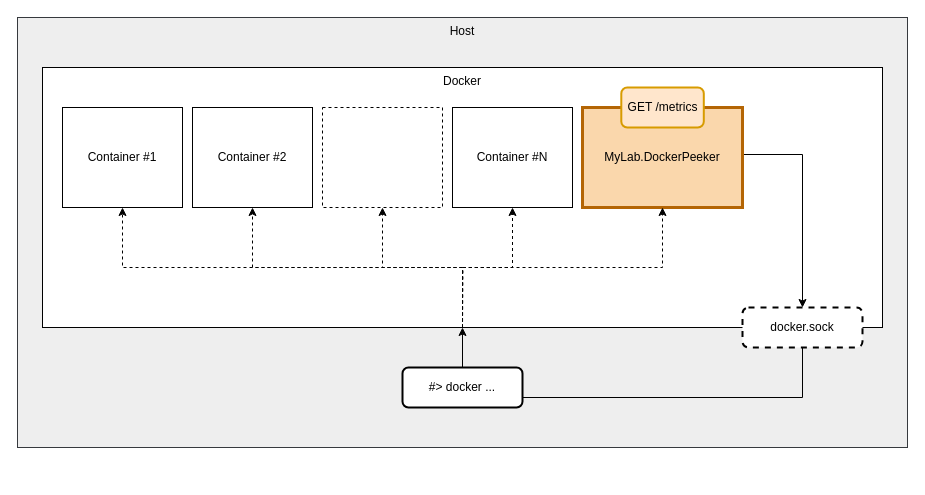
mylab-monitoring/docker-peeker keeps this draw.io diagram as doc/mylab.dockerpeeker.drawio. Above is the earlier version. Source tidied: cells renumbered, new cells numbered last; positions are measured from the earlier drawing's top-left corner, leaving out a move shared by most shapes. Both pictures are drawn from the tidied source at 100%, with x=0, y=0 at pixel (17, 17).
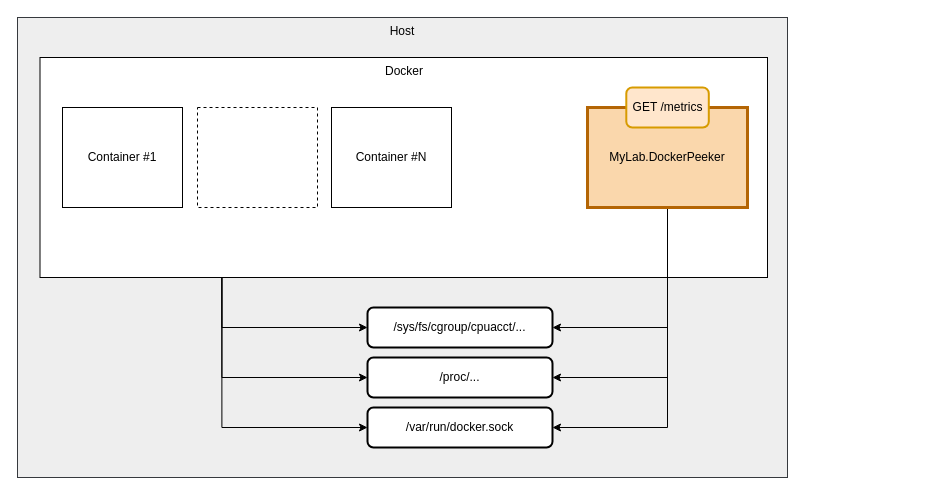
The same page after the edit.

The change refers to these unchanged cells:
```xml
<mxCell id="4" value="Container #1" style="rounded=0;whiteSpace=wrap;html=1;" parent="1" vertex="1">
  <mxGeometry x="45" y="90" width="120" height="100" as="geometry" />
</mxCell>
```

Change to the diagram source:
```diff
@@
     <mxCell id="2" value="Host" style="rounded=0;whiteSpace=wrap;html=1;verticalAlign=top;fillColor=#eeeeee;strokeColor=#36393d;" parent="1" vertex="1">
-      <mxGeometry width="890" height="430" as="geometry" />
+      <mxGeometry width="770" height="460" as="geometry" />
     </mxCell>
     <mxCell id="3" value="Docker" style="rounded=0;whiteSpace=wrap;html=1;verticalAlign=top;" parent="1" vertex="1">
-      <mxGeometry x="25" y="50" width="840" height="260" as="geometry" />
+      <mxGeometry x="22.5" y="40" width="727.5" height="220" as="geometry" />
     </mxCell>
@@
-    <mxCell id="5" value="Container #2" style="rounded=0;whiteSpace=wrap;html=1;" parent="1" vertex="1">
-      <mxGeometry x="175" y="90" width="120" height="100" as="geometry" />
-    </mxCell>
     <mxCell id="6" style="rounded=0;whiteSpace=wrap;html=1;dashed=1;" parent="1" vertex="1">
-      <mxGeometry x="305" y="90" width="120" height="100" as="geometry" />
+      <mxGeometry x="180" y="90" width="120" height="100" as="geometry" />
     </mxCell>
     <mxCell id="7" value="Container #N" style="rounded=0;whiteSpace=wrap;html=1;" parent="1" vertex="1">
-      <mxGeometry x="435" y="90" width="120" height="100" as="geometry" />
+      <mxGeometry x="314" y="90" width="120" height="100" as="geometry" />
     </mxCell>
-    <mxCell id="8" style="edgeStyle=orthogonalEdgeStyle;rounded=0;jettySize=auto;html=1;entryX=0.5;entryY=0;entryDx=0;entryDy=0;exitX=1.006;exitY=0.47;exitDx=0;exitDy=0;exitPerimeter=0;" parent="1" edge="1" source="9" target="11">
-      <mxGeometry relative="1" as="geometry" />
-    </mxCell>
+    <mxCell id="20" style="edgeStyle=orthogonalEdgeStyle;rounded=0;jettySize=auto;html=1;exitX=0.5;exitY=1;exitDx=0;exitDy=0;entryX=1;entryY=0.5;entryDx=0;entryDy=0;" parent="1" edge="1" source="9" target="18">
+      <mxGeometry relative="1" as="geometry" />
+    </mxCell>
+    <mxCell id="21" style="edgeStyle=orthogonalEdgeStyle;rounded=0;jettySize=auto;html=1;exitX=0.5;exitY=1;exitDx=0;exitDy=0;entryX=1;entryY=0.5;entryDx=0;entryDy=0;" parent="1" edge="1" source="9" target="23">
+      <mxGeometry relative="1" as="geometry" />
+    </mxCell>
+    <mxCell id="22" style="edgeStyle=orthogonalEdgeStyle;rounded=0;jettySize=auto;html=1;exitX=0.5;exitY=1;exitDx=0;exitDy=0;entryX=1;entryY=0.5;entryDx=0;entryDy=0;" parent="1" edge="1" source="9" target="24">
+      <mxGeometry relative="1" as="geometry" />
+    </mxCell>
     <mxCell id="9" value="MyLab.DockerPeeker" style="rounded=0;whiteSpace=wrap;html=1;strokeWidth=3;fillColor=#fad7ac;strokeColor=#b46504;" parent="1" vertex="1">
-      <mxGeometry x="565" y="90" width="160" height="100" as="geometry" />
+      <mxGeometry x="570" y="90" width="160" height="100" as="geometry" />
     </mxCell>
-    <mxCell id="10" style="edgeStyle=orthogonalEdgeStyle;rounded=0;jettySize=auto;html=1;exitX=0.5;exitY=1;exitDx=0;exitDy=0;entryX=0.5;entryY=1;entryDx=0;entryDy=0;" parent="1" edge="1" source="11" target="18">
-      <mxGeometry relative="1" as="geometry">
-        <Array as="points">
-          <mxPoint x="785" y="380" />
-          <mxPoint x="445" y="380" />
-        </Array>
-      </mxGeometry>
-    </mxCell>
-    <mxCell id="11" value="docker.sock" style="rounded=1;whiteSpace=wrap;html=1;dashed=1;strokeWidth=2;" parent="1" vertex="1">
-      <mxGeometry x="725" y="290" width="120" height="40" as="geometry" />
-    </mxCell>
-    <mxCell id="12" style="edgeStyle=orthogonalEdgeStyle;rounded=0;jettySize=auto;html=1;entryX=0.5;entryY=1;entryDx=0;entryDy=0;dashed=1;" parent="1" edge="1" target="4">
-      <mxGeometry relative="1" as="geometry">
-        <mxPoint x="445" y="310" as="sourcePoint" />
-        <Array as="points">
-          <mxPoint x="445" y="250" />
-          <mxPoint x="105" y="250" />
-        </Array>
-      </mxGeometry>
-    </mxCell>
-    <mxCell id="13" style="edgeStyle=orthogonalEdgeStyle;rounded=0;jettySize=auto;html=1;dashed=1;" parent="1" edge="1" target="5">
-      <mxGeometry relative="1" as="geometry">
-        <mxPoint x="445" y="310" as="sourcePoint" />
-        <Array as="points">
-          <mxPoint x="445" y="250" />
-          <mxPoint x="235" y="250" />
-        </Array>
-      </mxGeometry>
-    </mxCell>
-    <mxCell id="14" style="edgeStyle=orthogonalEdgeStyle;rounded=0;jettySize=auto;html=1;entryX=0.5;entryY=1;entryDx=0;entryDy=0;dashed=1;" parent="1" edge="1" target="6">
-      <mxGeometry relative="1" as="geometry">
-        <mxPoint x="445" y="310" as="sourcePoint" />
-        <Array as="points">
-          <mxPoint x="445" y="250" />
-          <mxPoint x="365" y="250" />
-        </Array>
-      </mxGeometry>
-    </mxCell>
-    <mxCell id="15" style="edgeStyle=orthogonalEdgeStyle;rounded=0;jettySize=auto;html=1;entryX=0.5;entryY=1;entryDx=0;entryDy=0;dashed=1;" parent="1" edge="1" target="7">
-      <mxGeometry relative="1" as="geometry">
-        <mxPoint x="445" y="310" as="sourcePoint" />
-      </mxGeometry>
-    </mxCell>
-    <mxCell id="16" style="edgeStyle=orthogonalEdgeStyle;rounded=0;jettySize=auto;html=1;dashed=1;" parent="1" edge="1" target="9">
-      <mxGeometry relative="1" as="geometry">
-        <mxPoint x="445" y="310" as="sourcePoint" />
-        <Array as="points">
-          <mxPoint x="445" y="250" />
-          <mxPoint x="645" y="250" />
-        </Array>
-      </mxGeometry>
-    </mxCell>
-    <mxCell id="17" style="edgeStyle=orthogonalEdgeStyle;rounded=0;jettySize=auto;html=1;entryX=0.5;entryY=1;entryDx=0;entryDy=0;" parent="1" edge="1" source="18" target="3">
-      <mxGeometry relative="1" as="geometry" />
-    </mxCell>
-    <mxCell id="18" value="#&amp;gt; docker ..." style="rounded=1;whiteSpace=wrap;html=1;strokeWidth=2;" parent="1" vertex="1">
-      <mxGeometry x="385" y="350" width="120" height="40" as="geometry" />
+    <mxCell id="18" value="/sys/fs/cgroup/cpuacct/..." style="rounded=1;whiteSpace=wrap;html=1;strokeWidth=2;" parent="1" vertex="1">
+      <mxGeometry x="350" y="290" width="185" height="40" as="geometry" />
     </mxCell>
     <mxCell id="19" value="GET /metrics" style="rounded=1;whiteSpace=wrap;html=1;strokeWidth=2;fontSize=12;fillColor=#ffe6cc;strokeColor=#d79b00;" parent="1" vertex="1">
-      <mxGeometry x="603.8" y="70" width="82.5" height="40" as="geometry" />
+      <mxGeometry x="608.8" y="70" width="82.5" height="40" as="geometry" />
     </mxCell>
+    <mxCell id="23" value="/proc/..." style="rounded=1;whiteSpace=wrap;html=1;strokeWidth=2;" parent="1" vertex="1">
+      <mxGeometry x="350" y="340" width="185" height="40" as="geometry" />
+    </mxCell>
+    <mxCell id="24" value="/var/run/docker.sock" style="rounded=1;whiteSpace=wrap;html=1;strokeWidth=2;" parent="1" vertex="1">
+      <mxGeometry x="350" y="390" width="185" height="40" as="geometry" />
+    </mxCell>
+    <mxCell id="25" style="edgeStyle=orthogonalEdgeStyle;rounded=0;jettySize=auto;html=1;exitX=0.25;exitY=1;exitDx=0;exitDy=0;entryX=0;entryY=0.5;entryDx=0;entryDy=0;" parent="1" edge="1" source="3" target="18">
+      <mxGeometry relative="1" as="geometry" />
+    </mxCell>
+    <mxCell id="26" style="edgeStyle=orthogonalEdgeStyle;rounded=0;jettySize=auto;html=1;exitX=0.25;exitY=1;exitDx=0;exitDy=0;entryX=0;entryY=0.5;entryDx=0;entryDy=0;" parent="1" edge="1" source="3" target="23">
+      <mxGeometry relative="1" as="geometry" />
+    </mxCell>
+    <mxCell id="27" style="edgeStyle=orthogonalEdgeStyle;rounded=0;jettySize=auto;html=1;exitX=0.25;exitY=1;exitDx=0;exitDy=0;entryX=0;entryY=0.5;entryDx=0;entryDy=0;" parent="1" edge="1" source="3" target="24">
+      <mxGeometry relative="1" as="geometry" />
+    </mxCell>
```
